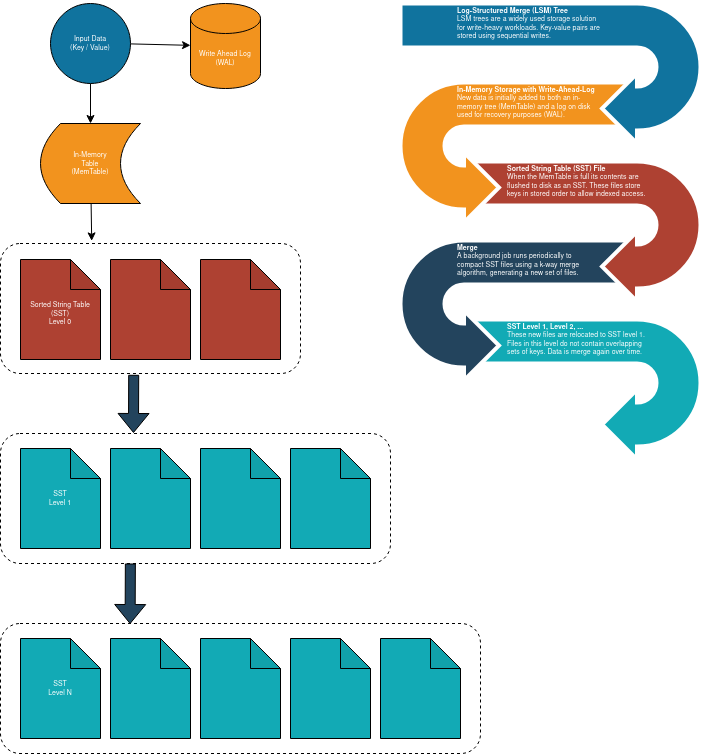
The draw.io diagram docs/images/lsm-data-struct.png in justinethier/keyva, before a commit. Source tidied: cells renumbered, new cells last; positions are measured from the earlier drawing's top-left corner, leaving out a move shared by most shapes.
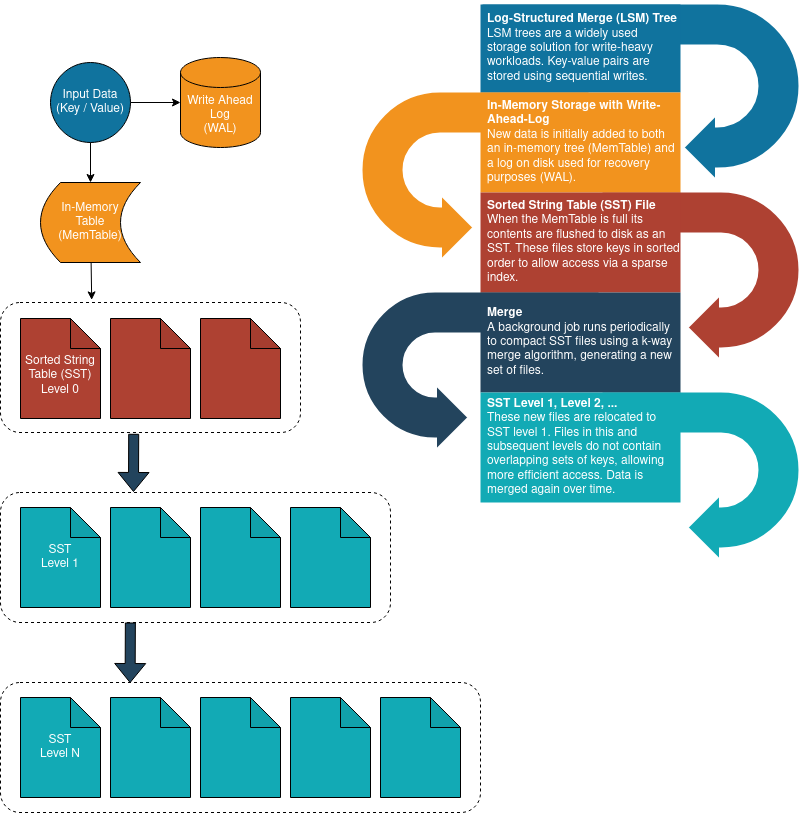
The same diagram one commit later.

Diff of the diagram source:
```diff
@@ -2,13 +2,13 @@
   <root>
     <mxCell id="0" />
     <mxCell id="1" parent="0" />
-    <mxCell id="2" value="Write Ahead Log&lt;br style=&quot;font-size: 7px;&quot;&gt;(WAL)" style="shape=cylinder3;whiteSpace=wrap;html=1;boundedLbl=1;backgroundOutline=1;size=15;fillColor=#F2931E;fontColor=#FFFFFF;fontSize=7;" parent="1" vertex="1">
-      <mxGeometry x="190" width="70" height="85" as="geometry" />
+    <mxCell id="2" value="Write Ahead Log&lt;br style=&quot;font-size: 12px;&quot;&gt;(WAL)" style="shape=cylinder3;whiteSpace=wrap;html=1;boundedLbl=1;backgroundOutline=1;size=15;fillColor=#F2931E;fontColor=#FFFFFF;fontSize=12;" parent="1" vertex="1">
+      <mxGeometry x="180" y="-5" width="80" height="90" as="geometry" />
     </mxCell>
-    <mxCell id="3" value="In-Memory &lt;br style=&quot;font-size: 7px;&quot;&gt;Table&lt;br style=&quot;font-size: 7px;&quot;&gt;(MemTable)" style="shape=dataStorage;whiteSpace=wrap;html=1;fixedSize=1;fillColor=#F2931E;fontColor=#FFFFFF;fontSize=7;" parent="1" vertex="1">
+    <mxCell id="3" value="In-Memory &lt;br style=&quot;font-size: 12px;&quot;&gt;Table&lt;br style=&quot;font-size: 12px;&quot;&gt;(MemTable)" style="shape=dataStorage;whiteSpace=wrap;html=1;fixedSize=1;fillColor=#F2931E;fontColor=#FFFFFF;fontSize=12;" parent="1" vertex="1">
       <mxGeometry x="40" y="120" width="100" height="80" as="geometry" />
     </mxCell>
-    <mxCell id="4" value="Input Data&lt;br style=&quot;font-size: 7px;&quot;&gt;(Key / Value)" style="ellipse;whiteSpace=wrap;html=1;fillColor=#10739E;fontColor=#FFFFFF;fontSize=7;" parent="1" vertex="1">
+    <mxCell id="4" value="Input Data&lt;br style=&quot;font-size: 12px;&quot;&gt;(Key / Value)" style="ellipse;whiteSpace=wrap;html=1;fillColor=#10739E;fontColor=#FFFFFF;fontSize=12;" parent="1" vertex="1">
       <mxGeometry x="50" width="80" height="80" as="geometry" />
     </mxCell>
     <mxCell id="5" style="shape=note;whiteSpace=wrap;html=1;backgroundOutline=1;darkOpacity=0.05;fillColor=#AE4132;" parent="1" vertex="1">
@@ -20,7 +20,7 @@
     <mxCell id="7" style="shape=flexArrow;endArrow=classic;html=1;rounded=0;fillColor=#23445D;exitX=0.444;exitY=1.01;exitDx=0;exitDy=0;exitPerimeter=0;entryX=0.341;entryY=-0.004;entryDx=0;entryDy=0;entryPerimeter=0;" parent="1" edge="1" source="25" target="28">
       <mxGeometry relative="1" as="geometry" />
     </mxCell>
-    <mxCell id="8" value="&lt;div style=&quot;font-size: 7px;&quot;&gt;&lt;br style=&quot;font-size: 7px;&quot;&gt;&lt;/div&gt;&lt;div style=&quot;font-size: 7px;&quot;&gt;Sorted String Table (SST)&lt;br style=&quot;font-size: 7px;&quot;&gt;&lt;/div&gt;&lt;div style=&quot;font-size: 7px;&quot;&gt;Level 0&lt;br style=&quot;font-size: 7px;&quot;&gt;&lt;/div&gt;" style="shape=note;whiteSpace=wrap;html=1;backgroundOutline=1;darkOpacity=0.05;fillColor=#AE4132;fontColor=#FFFFFF;fontSize=7;" parent="1" vertex="1">
+    <mxCell id="8" value="&lt;div style=&quot;font-size: 12px;&quot;&gt;&lt;br style=&quot;font-size: 12px;&quot;&gt;&lt;/div&gt;&lt;div style=&quot;font-size: 12px;&quot;&gt;Sorted String Table (SST)&lt;br style=&quot;font-size: 12px;&quot;&gt;&lt;/div&gt;&lt;div style=&quot;font-size: 12px;&quot;&gt;Level 0&lt;br style=&quot;font-size: 12px;&quot;&gt;&lt;/div&gt;" style="shape=note;whiteSpace=wrap;html=1;backgroundOutline=1;darkOpacity=0.05;fillColor=#AE4132;fontColor=#FFFFFF;fontSize=12;" parent="1" vertex="1">
       <mxGeometry x="20" y="256" width="80" height="100" as="geometry" />
     </mxCell>
     <mxCell id="9" style="shape=note;whiteSpace=wrap;html=1;backgroundOutline=1;darkOpacity=0.05;fontColor=#FFFFFF;fillColor=#12AAB5;" parent="1" vertex="1">
@@ -32,41 +32,41 @@
     <mxCell id="11" style="shape=note;whiteSpace=wrap;html=1;backgroundOutline=1;darkOpacity=0.05;fontColor=#FFFFFF;fillColor=#12AAB5;" parent="1" vertex="1">
       <mxGeometry x="200" y="445" width="80" height="100" as="geometry" />
     </mxCell>
-    <mxCell id="12" value="&lt;div style=&quot;font-size: 7px;&quot;&gt;SST&lt;/div&gt;&lt;div style=&quot;font-size: 7px;&quot;&gt;Level 1&lt;br style=&quot;font-size: 7px;&quot;&gt;&lt;/div&gt;" style="shape=note;whiteSpace=wrap;html=1;backgroundOutline=1;darkOpacity=0.05;fontColor=#FFFFFF;fillColor=#12AAB5;fontSize=7;" parent="1" vertex="1">
+    <mxCell id="12" value="&lt;div style=&quot;font-size: 12px;&quot;&gt;SST&lt;/div&gt;&lt;div style=&quot;font-size: 12px;&quot;&gt;Level 1&lt;br style=&quot;font-size: 12px;&quot;&gt;&lt;/div&gt;" style="shape=note;whiteSpace=wrap;html=1;backgroundOutline=1;darkOpacity=0.05;fontColor=#FFFFFF;fillColor=#12AAB5;fontSize=12;" parent="1" vertex="1">
       <mxGeometry x="20" y="445" width="80" height="100" as="geometry" />
     </mxCell>
     <mxCell id="13" style="shape=flexArrow;endArrow=classic;html=1;rounded=0;fillColor=#23445D;exitX=0.333;exitY=1;exitDx=0;exitDy=0;exitPerimeter=0;entryX=0.27;entryY=0.004;entryDx=0;entryDy=0;entryPerimeter=0;" parent="1" edge="1" source="28" target="33">
       <mxGeometry relative="1" as="geometry" />
     </mxCell>
     <mxCell id="14" style="html=1;shadow=0;dashed=0;align=center;verticalAlign=middle;shape=mxgraph.arrows2.uTurnArrow;dy=22;arrowHead=70;dx2=35;strokeColor=#ffffff;fillColor=#12AAB5;fontSize=12;fontColor=#3333FF;flipH=1;flipV=1;strokeWidth=4;" parent="1" vertex="1">
-      <mxGeometry x="470" y="316" width="230" height="140" as="geometry" />
+      <mxGeometry x="600" y="328" width="200" height="172" as="geometry" />
     </mxCell>
     <mxCell id="15" style="html=1;shadow=0;dashed=0;align=center;verticalAlign=middle;shape=mxgraph.arrows2.uTurnArrow;dy=22;arrowHead=70;dx2=35;strokeColor=#ffffff;fillColor=#23445D;fontSize=12;fontColor=#3333FF;flipV=1;strokeWidth=4;" parent="1" vertex="1">
-      <mxGeometry x="400" y="237" width="230" height="140" as="geometry" />
+      <mxGeometry x="360" y="228" width="240" height="162" as="geometry" />
     </mxCell>
     <mxCell id="16" style="html=1;shadow=0;dashed=0;align=center;verticalAlign=middle;shape=mxgraph.arrows2.uTurnArrow;dy=22;arrowHead=70;dx2=35;strokeColor=#ffffff;fillColor=#AE4132;fontSize=12;fontColor=#3333FF;flipH=1;flipV=1;strokeWidth=4;" parent="1" vertex="1">
-      <mxGeometry x="470" y="158" width="230" height="140" as="geometry" />
+      <mxGeometry x="600" y="128" width="200" height="172" as="geometry" />
     </mxCell>
     <mxCell id="17" style="html=1;shadow=0;dashed=0;align=center;verticalAlign=middle;shape=mxgraph.arrows2.uTurnArrow;dy=22;arrowHead=70;dx2=35;strokeColor=#ffffff;fillColor=#F2931E;fontSize=12;fontColor=#3333FF;flipV=1;strokeWidth=4;labelBorderColor=default;" parent="1" vertex="1">
-      <mxGeometry x="400" y="79" width="230" height="140" as="geometry" />
+      <mxGeometry x="360" y="28" width="230" height="172" as="geometry" />
     </mxCell>
     <mxCell id="18" style="html=1;shadow=0;dashed=0;align=center;verticalAlign=middle;shape=mxgraph.arrows2.uTurnArrow;dy=22;arrowHead=70;dx2=35;strokeColor=#ffffff;fillColor=#10739E;fontSize=12;fontColor=#3333FF;flipH=1;flipV=1;strokeWidth=4;" parent="1" vertex="1">
-      <mxGeometry x="400" width="300" height="140" as="geometry" />
+      <mxGeometry x="480" y="-60" width="320" height="180" as="geometry" />
     </mxCell>
-    <mxCell id="19" value="&lt;b&gt;Log-Structured Merge (LSM) Tree&lt;/b&gt;&lt;br style=&quot;font-size: 7px&quot;&gt;LSM trees are a widely used storage solution for write-heavy workloads. Key-value pairs are stored using sequential writes." style="rounded=0;whiteSpace=wrap;shadow=0;strokeColor=none;strokeWidth=6;fillColor=none;fontSize=7;fontColor=#FFFFFF;align=left;html=1;spacingLeft=5;" parent="1" vertex="1">
-      <mxGeometry x="450" width="150" height="40" as="geometry" />
+    <mxCell id="19" value="&lt;b style=&quot;font-size: 12px;&quot;&gt;Log-Structured Merge (LSM) Tree&lt;/b&gt;&lt;br style=&quot;font-size: 12px;&quot;&gt;LSM trees are a widely used storage solution for write-heavy workloads. Key-value pairs are stored using sequential writes." style="rounded=0;whiteSpace=wrap;shadow=0;strokeColor=none;strokeWidth=6;fillColor=#10739E;fontSize=12;fontColor=#FFFFFF;align=left;html=1;spacingLeft=5;" parent="1" vertex="1">
+      <mxGeometry x="480" y="-58" width="200" height="88" as="geometry" />
     </mxCell>
-    <mxCell id="20" value="&lt;b&gt;In-Memory Storage with Write-Ahead-Log&lt;/b&gt;&lt;br style=&quot;font-size: 7px&quot;&gt;New data is initially added to both an in-memory tree (MemTable) and a log on disk used for recovery purposes (WAL)." style="rounded=0;whiteSpace=wrap;shadow=0;strokeColor=none;strokeWidth=6;fillColor=none;fontSize=7;fontColor=#FFFFFF;align=left;html=1;spacingLeft=5;" parent="1" vertex="1">
-      <mxGeometry x="450" y="79" width="150" height="40" as="geometry" />
+    <mxCell id="20" value="&lt;b style=&quot;font-size: 12px;&quot;&gt;In-Memory Storage with Write-Ahead-Log&lt;/b&gt;&lt;br style=&quot;font-size: 12px;&quot;&gt;New data is initially added to both an in-memory tree (MemTable) and a log on disk used for recovery purposes (WAL)." style="rounded=0;whiteSpace=wrap;shadow=0;strokeColor=none;strokeWidth=6;fillColor=#F2931E;fontSize=12;fontColor=#FFFFFF;align=left;html=1;spacingLeft=5;" parent="1" vertex="1">
+      <mxGeometry x="480" y="30" width="200" height="100" as="geometry" />
     </mxCell>
-    <mxCell id="21" value="&lt;b&gt;Sorted String Table (SST) File&lt;/b&gt;&lt;br style=&quot;font-size: 7px&quot;&gt;When the MemTable is full its contents are flushed to disk as an SST. These files store keys in stored order to allow indexed access." style="rounded=0;whiteSpace=wrap;shadow=0;strokeColor=none;strokeWidth=6;fillColor=none;fontSize=7;fontColor=#FFFFFF;align=left;html=1;spacingLeft=5;" parent="1" vertex="1">
-      <mxGeometry x="500" y="158" width="150" height="40" as="geometry" />
+    <mxCell id="21" value="&lt;b style=&quot;font-size: 12px&quot;&gt;Sorted String Table (SST) File&lt;/b&gt;&lt;br style=&quot;font-size: 12px&quot;&gt;When the MemTable is full its contents are flushed to disk as an SST. These files store keys in sorted order to allow access via a sparse index." style="rounded=0;whiteSpace=wrap;shadow=0;strokeColor=none;strokeWidth=6;fillColor=#AE4132;fontSize=12;fontColor=#FFFFFF;align=left;html=1;spacingLeft=5;" parent="1" vertex="1">
+      <mxGeometry x="480" y="130" width="200" height="100" as="geometry" />
     </mxCell>
-    <mxCell id="22" value="&lt;b&gt;Merge&lt;/b&gt;&lt;br style=&quot;font-size: 7px&quot;&gt;A background job runs periodically to compact SST files using a k-way merge algorithm, generating a new set of files." style="rounded=0;whiteSpace=wrap;shadow=0;strokeColor=none;strokeWidth=6;fillColor=none;fontSize=7;fontColor=#FFFFFF;align=left;html=1;spacingLeft=5;" parent="1" vertex="1">
-      <mxGeometry x="450" y="237" width="150" height="40" as="geometry" />
+    <mxCell id="22" value="&lt;b style=&quot;font-size: 12px;&quot;&gt;Merge&lt;/b&gt;&lt;br style=&quot;font-size: 12px;&quot;&gt;A background job runs periodically to compact SST files using a k-way merge algorithm, generating a new set of files." style="rounded=0;whiteSpace=wrap;shadow=0;strokeColor=none;strokeWidth=6;fillColor=#23445D;fontSize=12;fontColor=#FFFFFF;align=left;html=1;spacingLeft=5;" parent="1" vertex="1">
+      <mxGeometry x="480" y="230" width="200" height="100" as="geometry" />
     </mxCell>
-    <mxCell id="23" value="&lt;b style=&quot;font-size: 7px&quot;&gt;SST Level 1, Level 2, ...&lt;/b&gt;&lt;br style=&quot;font-size: 7px&quot;&gt;These new files are relocated to SST level 1. Files in this level do not contain overlapping sets of keys. Data is merge again over time." style="rounded=0;whiteSpace=wrap;shadow=0;strokeColor=none;strokeWidth=6;fillColor=none;fontSize=7;fontColor=#FFFFFF;align=left;html=1;spacingLeft=5;" parent="1" vertex="1">
-      <mxGeometry x="500" y="316" width="150" height="40" as="geometry" />
+    <mxCell id="23" value="&lt;b style=&quot;font-size: 12px&quot;&gt;SST Level 1, Level 2, ...&lt;/b&gt;&lt;br style=&quot;font-size: 12px&quot;&gt;These new files are relocated to SST level 1. Files in this and subsequent levels do not contain overlapping sets of keys, allowing more efficient access. Data is merged again over time." style="rounded=0;whiteSpace=wrap;shadow=0;strokeColor=none;strokeWidth=6;fillColor=#12AAB5;fontSize=12;fontColor=#FFFFFF;align=left;html=1;spacingLeft=5;" parent="1" vertex="1">
+      <mxGeometry x="480" y="330" width="200" height="110" as="geometry" />
     </mxCell>
     <mxCell id="24" style="endArrow=classic;html=1;rounded=0;" parent="1" edge="1" source="4" target="2">
       <mxGeometry relative="1" as="geometry" />
@@ -92,7 +92,7 @@
     <mxCell id="31" style="shape=note;whiteSpace=wrap;html=1;backgroundOutline=1;darkOpacity=0.05;fontColor=#FFFFFF;fillColor=#12AAB5;" parent="1" vertex="1">
       <mxGeometry x="200" y="635" width="80" height="100" as="geometry" />
     </mxCell>
-    <mxCell id="32" value="&lt;div style=&quot;font-size: 7px;&quot;&gt;SST&lt;/div&gt;&lt;div style=&quot;font-size: 7px;&quot;&gt;Level N&lt;/div&gt;" style="shape=note;whiteSpace=wrap;html=1;backgroundOutline=1;darkOpacity=0.05;fontColor=#FFFFFF;fillColor=#12AAB5;fontSize=7;" parent="1" vertex="1">
+    <mxCell id="32" value="&lt;div style=&quot;font-size: 12px;&quot;&gt;SST&lt;/div&gt;&lt;div style=&quot;font-size: 12px;&quot;&gt;Level N&lt;/div&gt;" style="shape=note;whiteSpace=wrap;html=1;backgroundOutline=1;darkOpacity=0.05;fontColor=#FFFFFF;fillColor=#12AAB5;fontSize=12;" parent="1" vertex="1">
       <mxGeometry x="20" y="635" width="80" height="100" as="geometry" />
     </mxCell>
     <mxCell id="33" style="rounded=1;whiteSpace=wrap;html=1;fillColor=none;dashed=1;" parent="1" vertex="1">
```
